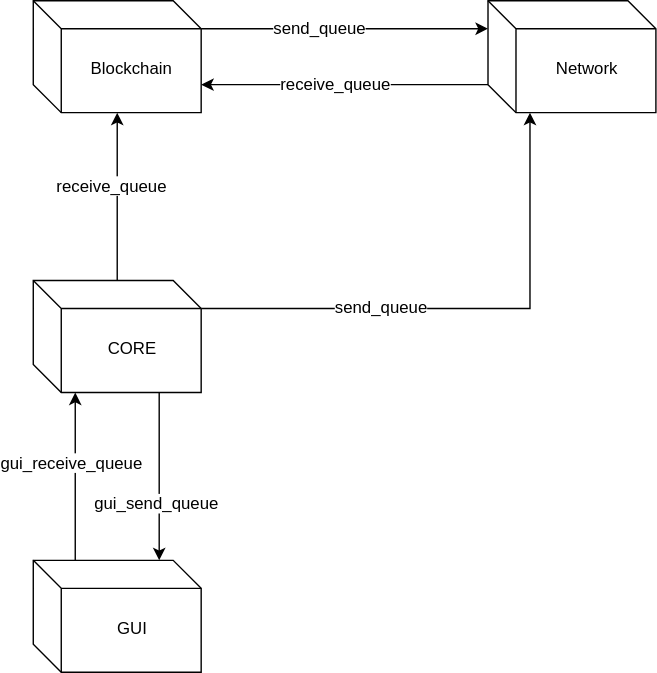
Above: documentation/Blockchain_internal.svg in McSido/oth-chain (draw.io), before the change. Source tidied: cells renumbered, new cells last; positions are measured from the earlier drawing's top-left corner, leaving out a move shared by most shapes. Source of this version:
```xml
<mxGraphModel background="#ffffff">
  <root>
    <mxCell id="0" />
    <mxCell id="1" parent="0" />
    <mxCell id="2" style="edgeStyle=orthogonalEdgeStyle;rounded=0;html=1;exitX=1;exitY=0.25;entryX=0;entryY=0.25;jettySize=auto;" parent="1" edge="1" source="4" target="7">
      <mxGeometry relative="1" as="geometry" />
    </mxCell>
    <mxCell id="3" value="send_queue" style="text;html=1;align=center;verticalAlign=middle;labelBackgroundColor=#ffffff;" parent="2" vertex="1">
      <mxGeometry x="-0.24" y="1" relative="1" as="geometry">
        <mxPoint x="8" y="1" as="offset" />
      </mxGeometry>
    </mxCell>
    <mxCell id="4" value="Blockchain" style="shape=cube;whiteSpace=wrap;html=1;boundedLbl=1;" parent="1" vertex="1">
      <mxGeometry width="120" height="80" as="geometry" />
    </mxCell>
    <mxCell id="5" style="edgeStyle=orthogonalEdgeStyle;rounded=0;html=1;exitX=0;exitY=0.75;entryX=1;entryY=0.75;jettySize=auto;" parent="1" edge="1" source="7" target="4">
      <mxGeometry relative="1" as="geometry" />
    </mxCell>
    <mxCell id="6" value="receive_queue" style="text;html=1;align=center;verticalAlign=middle;labelBackgroundColor=#ffffff;" parent="5" vertex="1">
      <mxGeometry x="0.3" y="4" relative="1" as="geometry">
        <mxPoint x="25" y="-4" as="offset" />
      </mxGeometry>
    </mxCell>
    <mxCell id="7" value="Network" style="shape=cube;whiteSpace=wrap;html=1;boundedLbl=1;" parent="1" vertex="1">
      <mxGeometry x="325" width="120" height="80" as="geometry" />
    </mxCell>
    <mxCell id="8" style="edgeStyle=orthogonalEdgeStyle;rounded=0;html=1;exitX=1;exitY=0.25;entryX=0.25;entryY=1;jettySize=auto;" parent="1" edge="1" source="14" target="7">
      <mxGeometry relative="1" as="geometry" />
    </mxCell>
    <mxCell id="9" value="send_queue" style="text;html=1;align=center;verticalAlign=middle;labelBackgroundColor=#ffffff;" parent="8" vertex="1">
      <mxGeometry x="-0.54" y="-4" relative="1" as="geometry">
        <mxPoint x="43" y="-4" as="offset" />
      </mxGeometry>
    </mxCell>
    <mxCell id="10" style="edgeStyle=orthogonalEdgeStyle;rounded=0;html=1;exitX=0.5;exitY=0;entryX=0.5;entryY=1;jettySize=auto;" parent="1" edge="1" source="14" target="4">
      <mxGeometry relative="1" as="geometry" />
    </mxCell>
    <mxCell id="11" value="receive_queue" style="text;html=1;align=center;verticalAlign=middle;labelBackgroundColor=#ffffff;" parent="10" vertex="1">
      <mxGeometry x="0.12" y="3" relative="1" as="geometry" />
    </mxCell>
    <mxCell id="12" style="edgeStyle=orthogonalEdgeStyle;rounded=0;html=1;exitX=0.75;exitY=1;entryX=0.75;entryY=0;jettySize=auto;" parent="1" edge="1" source="14" target="17">
      <mxGeometry relative="1" as="geometry" />
    </mxCell>
    <mxCell id="13" value="gui_send_queue" style="text;html=1;align=center;verticalAlign=middle;labelBackgroundColor=#ffffff;" parent="12" vertex="1">
      <mxGeometry x="-0.08" y="-1" relative="1" as="geometry">
        <mxPoint x="1" y="25" as="offset" />
      </mxGeometry>
    </mxCell>
    <mxCell id="14" value="CORE" style="shape=cube;whiteSpace=wrap;html=1;boundedLbl=1;" parent="1" vertex="1">
      <mxGeometry y="200" width="120" height="80" as="geometry" />
    </mxCell>
    <mxCell id="15" style="edgeStyle=orthogonalEdgeStyle;rounded=0;html=1;exitX=0.25;exitY=0;entryX=0.25;entryY=1;jettySize=auto;" parent="1" edge="1" source="17" target="14">
      <mxGeometry relative="1" as="geometry" />
    </mxCell>
    <mxCell id="16" value="gui_receive_queue" style="text;html=1;align=center;verticalAlign=middle;labelBackgroundColor=#ffffff;" parent="15" vertex="1">
      <mxGeometry x="0.15" y="1" relative="1" as="geometry" />
    </mxCell>
    <mxCell id="17" value="GUI" style="shape=cube;whiteSpace=wrap;html=1;boundedLbl=1;" parent="1" vertex="1">
      <mxGeometry y="400" width="120" height="80" as="geometry" />
    </mxCell>
  </root>
</mxGraphModel>
```
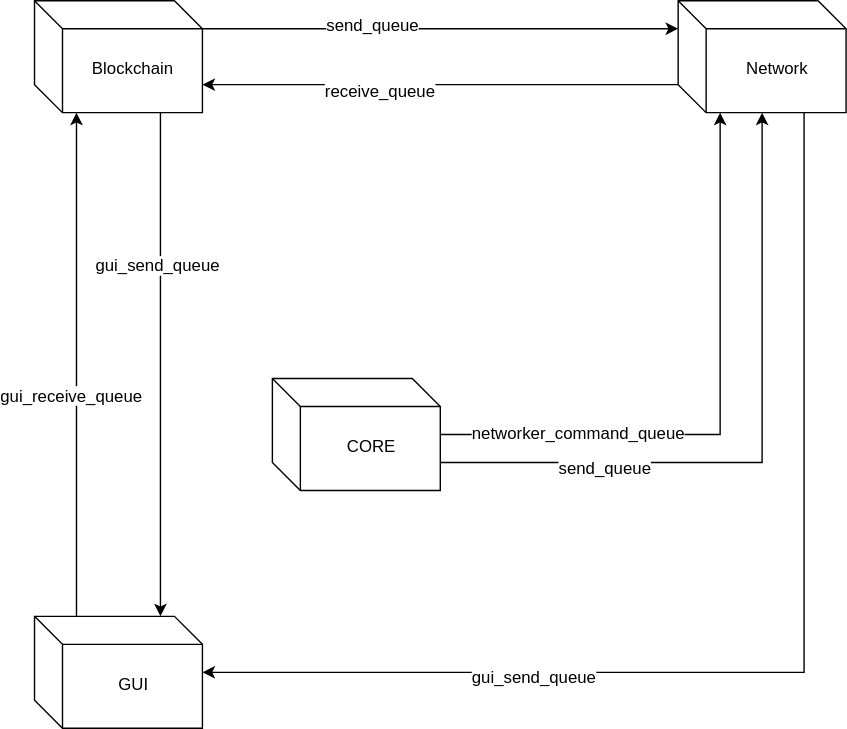
After the change.

Diff of the diagram source:
```diff
@@ -2,61 +2,73 @@
   <root>
     <mxCell id="0" />
     <mxCell id="1" parent="0" />
+    <mxCell id="18" style="edgeStyle=orthogonalEdgeStyle;rounded=0;html=1;exitX=1;exitY=0.25;entryX=0;entryY=0.25;jettySize=auto;" parent="1" edge="1" source="4" target="7">
+      <mxGeometry relative="1" as="geometry" />
+    </mxCell>
-    <mxCell id="2" style="edgeStyle=orthogonalEdgeStyle;rounded=0;html=1;exitX=1;exitY=0.25;entryX=0;entryY=0.25;jettySize=auto;" parent="1" edge="1" source="4" target="7">
-      <mxGeometry relative="1" as="geometry" />
+    <mxCell id="2" value="&lt;div&gt;send_queue&lt;/div&gt;" style="text;html=1;align=center;verticalAlign=middle;labelBackgroundColor=#ffffff;" parent="18" vertex="1">
+      <mxGeometry x="-0.28" y="2" relative="1" as="geometry" />
     </mxCell>
+    <mxCell id="8" style="edgeStyle=orthogonalEdgeStyle;rounded=0;html=1;exitX=0.75;exitY=1;entryX=0.75;entryY=0;jettySize=auto;" parent="1" edge="1" source="4" target="17">
+      <mxGeometry relative="1" as="geometry" />
+    </mxCell>
+    <mxCell id="9" value="gui_send_queue" style="text;html=1;align=center;verticalAlign=middle;labelBackgroundColor=#ffffff;" parent="8" vertex="1">
+      <mxGeometry x="0.34" relative="1" as="geometry">
+        <mxPoint y="-131" as="offset" />
+      </mxGeometry>
+    </mxCell>
+    <mxCell id="4" value="&lt;div&gt;Blockchain&lt;/div&gt;" style="shape=cube;whiteSpace=wrap;html=1;boundedLbl=1;backgroundOutline=1;" parent="1" vertex="1">
+      <mxGeometry x="-20" y="-90" width="120" height="80" as="geometry" />
+    </mxCell>
-    <mxCell id="3" value="send_queue" style="text;html=1;align=center;verticalAlign=middle;labelBackgroundColor=#ffffff;" parent="2" vertex="1">
-      <mxGeometry x="-0.24" y="1" relative="1" as="geometry">
-        <mxPoint x="8" y="1" as="offset" />
-      </mxGeometry>
+    <mxCell id="3" style="edgeStyle=orthogonalEdgeStyle;rounded=0;html=1;exitX=0;exitY=0.75;entryX=1;entryY=0.75;jettySize=auto;" parent="1" edge="1" source="7" target="4">
+      <mxGeometry relative="1" as="geometry" />
     </mxCell>
-    <mxCell id="4" value="Blockchain" style="shape=cube;whiteSpace=wrap;html=1;boundedLbl=1;" parent="1" vertex="1">
-      <mxGeometry width="120" height="80" as="geometry" />
-    </mxCell>
+    <mxCell id="19" value="receive_queue" style="text;html=1;align=center;verticalAlign=middle;labelBackgroundColor=#ffffff;" parent="3" vertex="1">
+      <mxGeometry x="0.25" y="5" relative="1" as="geometry" />
+    </mxCell>
+    <mxCell id="10" style="edgeStyle=orthogonalEdgeStyle;rounded=0;html=1;exitX=0.75;exitY=1;entryX=1;entryY=0.5;jettySize=auto;" parent="1" edge="1" source="7" target="17">
+      <mxGeometry relative="1" as="geometry" />
+    </mxCell>
+    <mxCell id="11" value="gui_send_queue" style="text;html=1;align=center;verticalAlign=middle;labelBackgroundColor=#ffffff;" parent="10" vertex="1">
+      <mxGeometry x="0.07" y="-148" relative="1" as="geometry">
+        <mxPoint x="-148" y="152" as="offset" />
+      </mxGeometry>
+    </mxCell>
+    <mxCell id="7" value="Network" style="shape=cube;whiteSpace=wrap;html=1;boundedLbl=1;backgroundOutline=1;" parent="1" vertex="1">
+      <mxGeometry x="440" y="-90" width="120" height="80" as="geometry" />
+    </mxCell>
-    <mxCell id="5" style="edgeStyle=orthogonalEdgeStyle;rounded=0;html=1;exitX=0;exitY=0.75;entryX=1;entryY=0.75;jettySize=auto;" parent="1" edge="1" source="7" target="4">
-      <mxGeometry relative="1" as="geometry" />
+    <mxCell id="5" style="edgeStyle=orthogonalEdgeStyle;rounded=0;html=1;exitX=1;exitY=0.75;jettySize=auto;" parent="1" edge="1" source="14" target="7">
+      <mxGeometry relative="1" as="geometry">
+        <Array as="points">
+          <mxPoint x="500" y="240" />
+        </Array>
+      </mxGeometry>
     </mxCell>
-    <mxCell id="6" value="receive_queue" style="text;html=1;align=center;verticalAlign=middle;labelBackgroundColor=#ffffff;" parent="5" vertex="1">
-      <mxGeometry x="0.3" y="4" relative="1" as="geometry">
-        <mxPoint x="25" y="-4" as="offset" />
-      </mxGeometry>
+    <mxCell id="6" value="&lt;div&gt;send_queue&lt;/div&gt;" style="text;html=1;align=center;verticalAlign=middle;labelBackgroundColor=#ffffff;" parent="5" vertex="1">
+      <mxGeometry x="-0.51" y="-5" relative="1" as="geometry" />
     </mxCell>
-    <mxCell id="7" value="Network" style="shape=cube;whiteSpace=wrap;html=1;boundedLbl=1;" parent="1" vertex="1">
-      <mxGeometry x="325" width="120" height="80" as="geometry" />
-    </mxCell>
-    <mxCell id="8" style="edgeStyle=orthogonalEdgeStyle;rounded=0;html=1;exitX=1;exitY=0.25;entryX=0.25;entryY=1;jettySize=auto;" parent="1" edge="1" source="14" target="7">
-      <mxGeometry relative="1" as="geometry" />
-    </mxCell>
-    <mxCell id="9" value="send_queue" style="text;html=1;align=center;verticalAlign=middle;labelBackgroundColor=#ffffff;" parent="8" vertex="1">
-      <mxGeometry x="-0.54" y="-4" relative="1" as="geometry">
-        <mxPoint x="43" y="-4" as="offset" />
-      </mxGeometry>
-    </mxCell>
-    <mxCell id="10" style="edgeStyle=orthogonalEdgeStyle;rounded=0;html=1;exitX=0.5;exitY=0;entryX=0.5;entryY=1;jettySize=auto;" parent="1" edge="1" source="14" target="4">
-      <mxGeometry relative="1" as="geometry" />
-    </mxCell>
-    <mxCell id="11" value="receive_queue" style="text;html=1;align=center;verticalAlign=middle;labelBackgroundColor=#ffffff;" parent="10" vertex="1">
-      <mxGeometry x="0.12" y="3" relative="1" as="geometry" />
-    </mxCell>
-    <mxCell id="12" style="edgeStyle=orthogonalEdgeStyle;rounded=0;html=1;exitX=0.75;exitY=1;entryX=0.75;entryY=0;jettySize=auto;" parent="1" edge="1" source="14" target="17">
-      <mxGeometry relative="1" as="geometry" />
-    </mxCell>
-    <mxCell id="13" value="gui_send_queue" style="text;html=1;align=center;verticalAlign=middle;labelBackgroundColor=#ffffff;" parent="12" vertex="1">
-      <mxGeometry x="-0.08" y="-1" relative="1" as="geometry">
-        <mxPoint x="1" y="25" as="offset" />
-      </mxGeometry>
-    </mxCell>
+    <mxCell id="16" style="edgeStyle=orthogonalEdgeStyle;rounded=0;html=1;exitX=1;exitY=0.5;entryX=0.25;entryY=1;jettySize=auto;" parent="1" edge="1" source="14" target="7">
+      <mxGeometry relative="1" as="geometry">
+        <Array as="points">
+          <mxPoint x="470" y="220" />
+        </Array>
+      </mxGeometry>
+    </mxCell>
+    <mxCell id="20" value="&lt;div&gt;networker_command_queue&lt;/div&gt;" style="text;html=1;align=center;verticalAlign=middle;labelBackgroundColor=#ffffff;" parent="16" vertex="1">
+      <mxGeometry x="-0.7" y="-4" relative="1" as="geometry">
+        <mxPoint x="37" y="-4" as="offset" />
+      </mxGeometry>
+    </mxCell>
-    <mxCell id="14" value="CORE" style="shape=cube;whiteSpace=wrap;html=1;boundedLbl=1;" parent="1" vertex="1">
-      <mxGeometry y="200" width="120" height="80" as="geometry" />
+    <mxCell id="14" value="&lt;div&gt;CORE&lt;/div&gt;" style="shape=cube;whiteSpace=wrap;html=1;boundedLbl=1;backgroundOutline=1;" parent="1" vertex="1">
+      <mxGeometry x="150" y="180" width="120" height="80" as="geometry" />
     </mxCell>
-    <mxCell id="15" style="edgeStyle=orthogonalEdgeStyle;rounded=0;html=1;exitX=0.25;exitY=0;entryX=0.25;entryY=1;jettySize=auto;" parent="1" edge="1" source="17" target="14">
+    <mxCell id="15" style="edgeStyle=orthogonalEdgeStyle;rounded=0;html=1;exitX=0.25;exitY=0;entryX=0.25;entryY=1;jettySize=auto;" parent="1" edge="1" source="17" target="4">
       <mxGeometry relative="1" as="geometry" />
     </mxCell>
-    <mxCell id="16" value="gui_receive_queue" style="text;html=1;align=center;verticalAlign=middle;labelBackgroundColor=#ffffff;" parent="15" vertex="1">
-      <mxGeometry x="0.15" y="1" relative="1" as="geometry" />
-    </mxCell>
+    <mxCell id="12" value="&lt;div&gt;gui_receive_queue&lt;/div&gt;" style="text;html=1;align=center;verticalAlign=middle;labelBackgroundColor=#ffffff;" parent="15" vertex="1">
+      <mxGeometry x="-0.13" y="2" relative="1" as="geometry" />
+    </mxCell>
-    <mxCell id="17" value="GUI" style="shape=cube;whiteSpace=wrap;html=1;boundedLbl=1;" parent="1" vertex="1">
-      <mxGeometry y="400" width="120" height="80" as="geometry" />
+    <mxCell id="17" value="&lt;div&gt;GUI&lt;/div&gt;" style="shape=cube;whiteSpace=wrap;html=1;boundedLbl=1;backgroundOutline=1;" parent="1" vertex="1">
+      <mxGeometry x="-20" y="350" width="120" height="80" as="geometry" />
     </mxCell>
   </root>
 </mxGraphModel>
```
